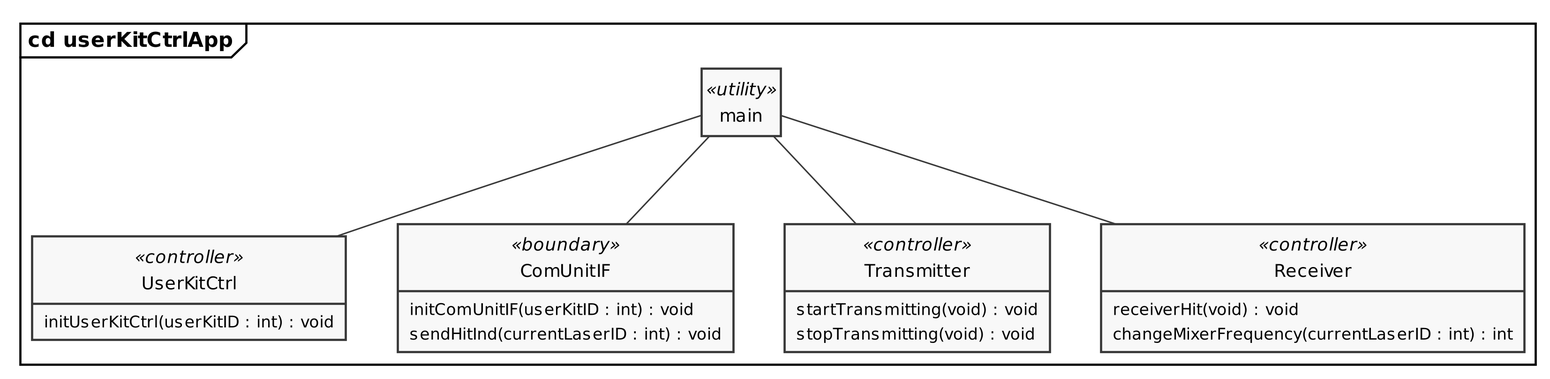
LasseKrarup/Laser-Tag-Project keeps this PlantUML diagram as PlantUML/out/userKitCtrlApp_cd.png. Above is the earlier version.
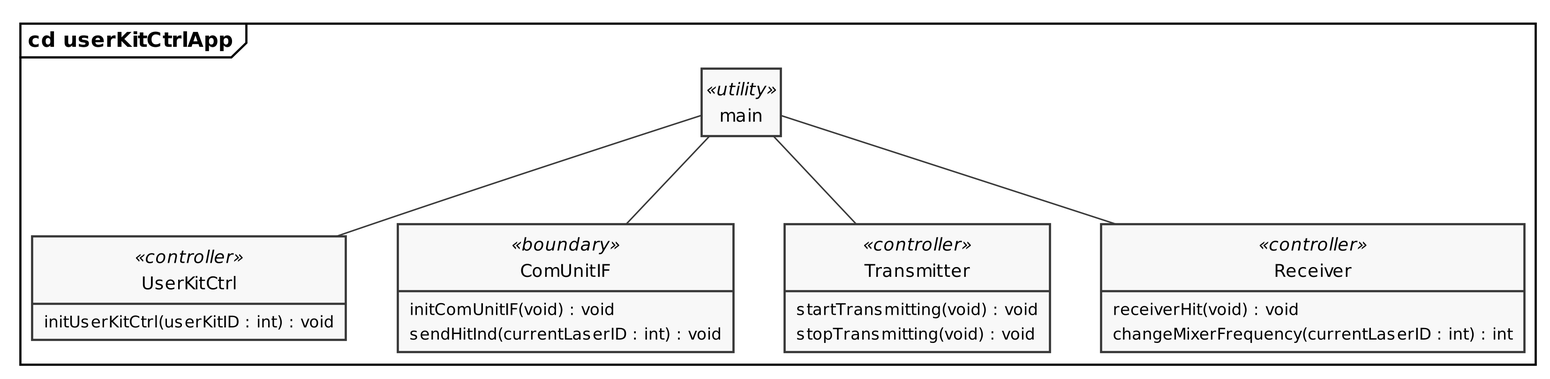
The same file after the commit.

The edit, as a diff of the source:
```diff
@@ -22,7 +22,7 @@
     }
 
     class ComUnitIF <<boundary>> {
-        initComUnitIF(userKitID : int) : void
+        initComUnitIF(void) : void
         sendHitInd(currentLaserID : int) : void
     }
 
```
